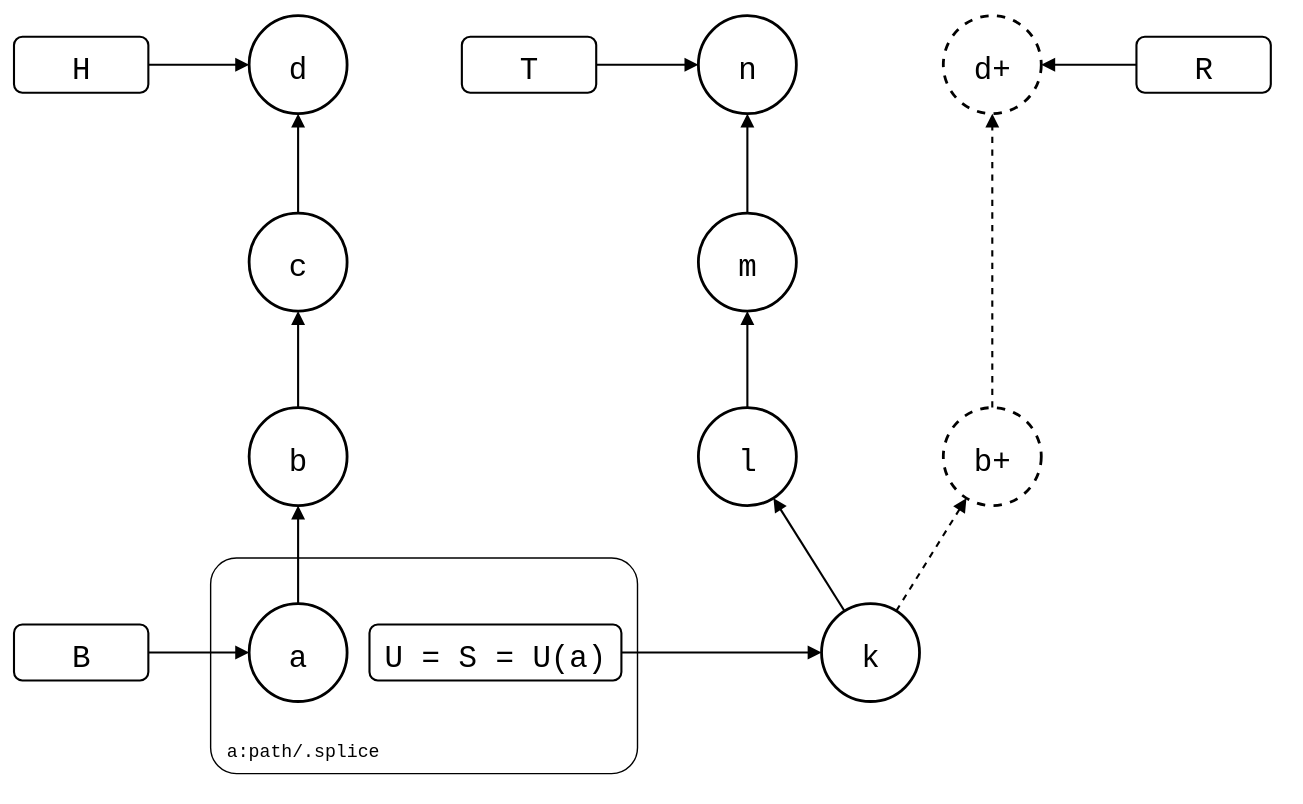
roschaefer/git-splice keeps this draw.io diagram as test/scenarios/sync-model/before-pull.drawio.svg. Above is the earlier version. Source tidied: cells renumbered, new cells last; positions are measured from the earlier drawing's top-left corner, leaving out a move shared by most shapes.
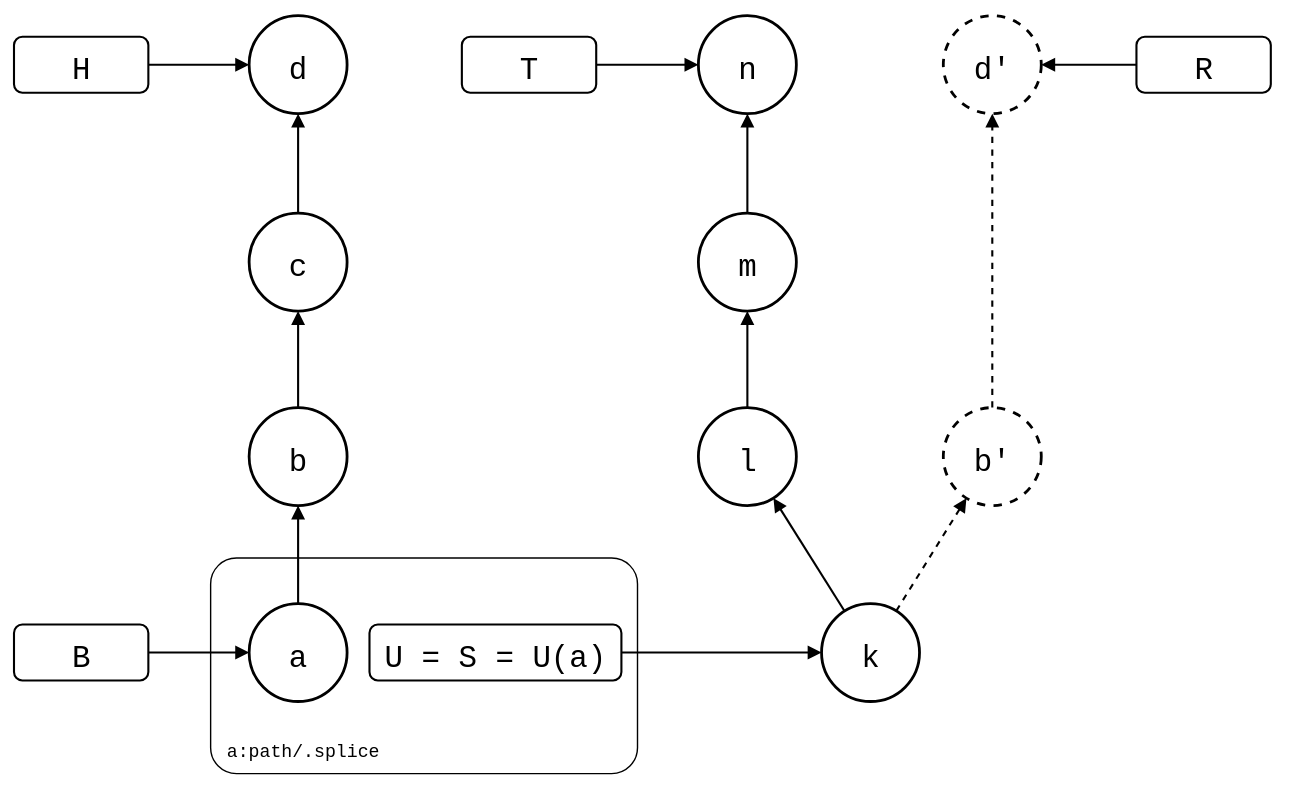
Later version of the same file.

Diff of the diagram source:
```diff
@@ -29,10 +29,10 @@
     <mxCell id="10" value="n" style="ellipse;strokeWidth=2;fontSize=22;fontFamily=Roboto Mono,monospace;" parent="1" vertex="1">
       <mxGeometry x="489" width="70" height="70" as="geometry" />
     </mxCell>
-    <mxCell id="11" value="b+" style="ellipse;strokeWidth=2;fontSize=22;fontFamily=Roboto Mono,monospace;dashed=1;" parent="1" vertex="1">
+    <mxCell id="11" value="b'" style="ellipse;strokeWidth=2;fontSize=22;fontFamily=Roboto Mono,monospace;dashed=1;" parent="1" vertex="1">
       <mxGeometry x="664" y="280" width="70" height="70" as="geometry" />
     </mxCell>
-    <mxCell id="12" value="d+" style="ellipse;strokeWidth=2;fontSize=22;fontFamily=Roboto Mono,monospace;dashed=1;" parent="1" vertex="1">
+    <mxCell id="12" value="d'" style="ellipse;strokeWidth=2;fontSize=22;fontFamily=Roboto Mono,monospace;dashed=1;" parent="1" vertex="1">
       <mxGeometry x="664" width="70" height="70" as="geometry" />
     </mxCell>
     <mxCell id="13" value="H" style="rounded=1;strokeWidth=1.5;fontSize=22;fontFamily=Roboto Mono,monospace;" parent="1" vertex="1">
```
